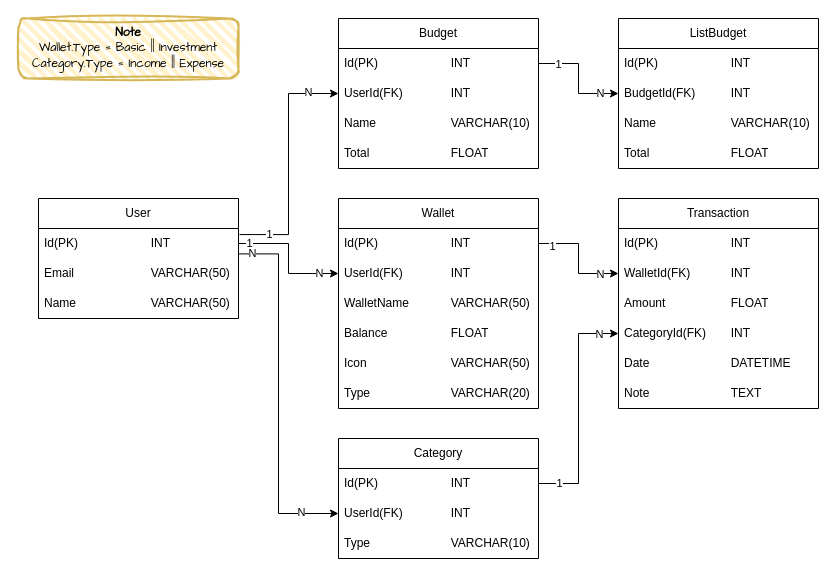
Before: page "Database" (2 of 3) of design/system_design.drawio in khanhnq1406/Personal_Financial_Management, a draw.io diagram. Source tidied: cells renumbered, new cells numbered last; positions are measured from the earlier drawing's top-left corner, leaving out a move shared by most shapes. Both pictures are drawn from the tidied source at 100%, with x=0, y=0 at pixel (18, 18).
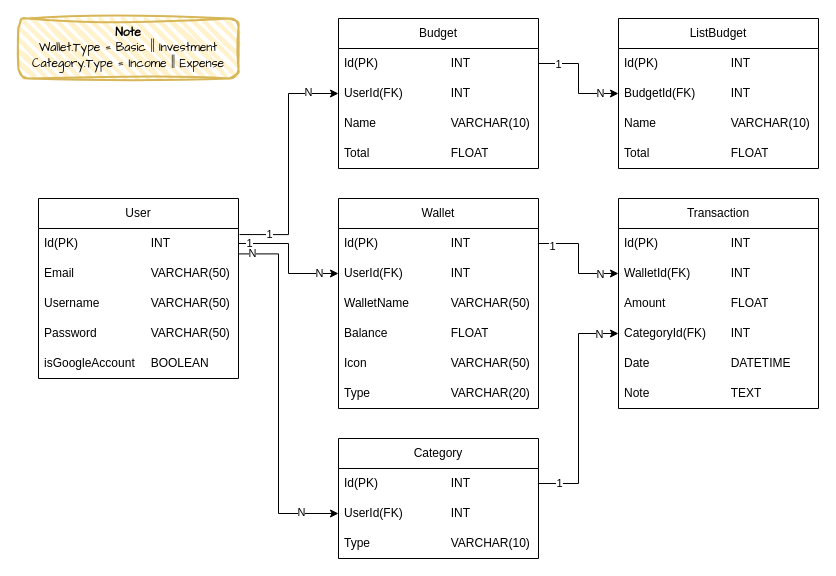
Above is the later version.

What changed in the source:
```diff
@@
     <mxCell id="2" value="User" style="swimlane;fontStyle=0;horizontal=1;startSize=30;whiteSpace=wrap;html=1;rounded=0;glass=0;shadow=0;swimlaneLine=1;fontFamily=Helvetica;" parent="1" vertex="1">
-      <mxGeometry x="20" y="180" width="200" height="120" as="geometry" />
+      <mxGeometry x="20" y="180" width="200" height="180" as="geometry" />
     </mxCell>
@@
-    <mxCell id="5" value="Name&lt;span style=&quot;white-space: pre;&quot;&gt;&#9;&lt;/span&gt;&lt;span style=&quot;white-space: pre;&quot;&gt;&#9;&lt;/span&gt;&lt;span style=&quot;white-space: pre;&quot;&gt;&#9;&lt;/span&gt;VARCHAR(50)" style="text;strokeColor=none;fillColor=none;align=left;verticalAlign=middle;spacingLeft=4;spacingRight=4;overflow=hidden;whiteSpace=wrap;html=1;" parent="2" vertex="1">
-      <mxGeometry y="90" width="200" height="30" as="geometry" />
-    </mxCell>
+    <mxCell id="53" value="Username&lt;span style=&quot;white-space: pre;&quot;&gt;&#9;&lt;/span&gt;&lt;span style=&quot;white-space: pre;&quot;&gt;&#9;&lt;/span&gt;VARCHAR(50)" style="text;strokeColor=none;fillColor=none;align=left;verticalAlign=middle;spacingLeft=4;spacingRight=4;overflow=hidden;whiteSpace=wrap;html=1;" parent="2" vertex="1">
+      <mxGeometry y="90" width="200" height="30" as="geometry" />
+    </mxCell>
+    <mxCell id="54" value="Password&lt;span style=&quot;white-space: pre;&quot;&gt;&#9;&lt;/span&gt;&lt;span style=&quot;white-space: pre;&quot;&gt;&#9;&lt;/span&gt;VARCHAR(50)" style="text;strokeColor=none;fillColor=none;align=left;verticalAlign=middle;spacingLeft=4;spacingRight=4;overflow=hidden;whiteSpace=wrap;html=1;" parent="2" vertex="1">
+      <mxGeometry y="120" width="200" height="30" as="geometry" />
+    </mxCell>
+    <mxCell id="55" value="isGoogleAccount&lt;span style=&quot;white-space: pre;&quot;&gt;&#9;&lt;/span&gt;BOOLEAN" style="text;strokeColor=none;fillColor=none;align=left;verticalAlign=middle;spacingLeft=4;spacingRight=4;overflow=hidden;whiteSpace=wrap;html=1;" parent="2" vertex="1">
+      <mxGeometry y="150" width="200" height="30" as="geometry" />
+    </mxCell>
```
